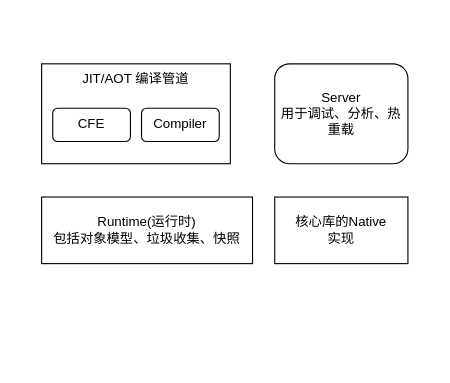
This is dartVM内部构成.drawio from dlwanghw/diagram, a draw.io file, before an edit. Source tidied: cells renumbered, new cells numbered last; positions are measured from the earlier drawing's top-left corner, leaving out a move shared by most shapes. Both pictures are drawn from the tidied source at 111%, with x=0, y=0 at pixel (41, 63).
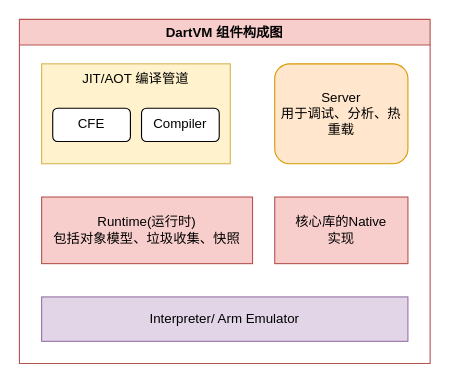
Above is the later version.

The edit, as a diff of the source:
```diff
@@
 <mxGraphModel>
   <root>
     <mxCell id="0" />
     <mxCell id="1" parent="0" />
-    <mxCell id="2" value="Runtime(运行时)&lt;br&gt;包括对象模型、垃圾收集、快照" style="rounded=0;whiteSpace=wrap;html=1;" parent="1" vertex="1">
+    <mxCell id="2" value="Runtime(运行时)&lt;br&gt;包括对象模型、垃圾收集、快照" style="rounded=0;whiteSpace=wrap;html=1;fillColor=#f8cecc;strokeColor=#b85450;" parent="1" vertex="1">
       <mxGeometry y="120" width="190" height="60" as="geometry" />
     </mxCell>
-    <mxCell id="3" value="核心库的Native&lt;br&gt;实现" style="rounded=0;whiteSpace=wrap;html=1;" parent="1" vertex="1">
+    <mxCell id="3" value="核心库的Native&lt;br&gt;实现" style="rounded=0;whiteSpace=wrap;html=1;fillColor=#f8cecc;strokeColor=#b85450;" parent="1" vertex="1">
       <mxGeometry x="210" y="120" width="120" height="60" as="geometry" />
     </mxCell>
-    <mxCell id="4" value="Server&lt;br&gt;用于调试、分析、热重载" style="rounded=1;whiteSpace=wrap;html=1;" parent="1" vertex="1">
+    <mxCell id="4" value="Server&lt;br&gt;用于调试、分析、热重载" style="rounded=1;whiteSpace=wrap;html=1;fillColor=#ffe6cc;strokeColor=#d79b00;" parent="1" vertex="1">
       <mxGeometry x="210" width="120" height="90" as="geometry" />
     </mxCell>
-    <mxCell id="5" value="JIT/AOT 编译管道&lt;br&gt;" style="rounded=0;whiteSpace=wrap;html=1;verticalAlign=top;" parent="1" vertex="1">
+    <mxCell id="5" value="JIT/AOT 编译管道&lt;br&gt;" style="rounded=0;whiteSpace=wrap;html=1;verticalAlign=top;fillColor=#fff2cc;strokeColor=#d6b656;" parent="1" vertex="1">
       <mxGeometry width="170" height="90" as="geometry" />
     </mxCell>
     <mxCell id="6" value="CFE" style="rounded=1;whiteSpace=wrap;html=1;verticalAlign=top;" parent="1" vertex="1">
       <mxGeometry x="10" y="40" width="70" height="30" as="geometry" />
     </mxCell>
     <mxCell id="7" value="Compiler" style="rounded=1;whiteSpace=wrap;html=1;verticalAlign=top;" parent="1" vertex="1">
       <mxGeometry x="90" y="40" width="70" height="30" as="geometry" />
     </mxCell>
+    <mxCell id="8" value="Interpreter/ Arm Emulator" style="rounded=0;whiteSpace=wrap;html=1;verticalAlign=middle;fillColor=#e1d5e7;strokeColor=#9673a6;" parent="1" vertex="1">
+      <mxGeometry y="210" width="330" height="40" as="geometry" />
+    </mxCell>
+    <mxCell id="9" value="DartVM 组件构成图" style="swimlane;verticalAlign=middle;fillColor=#f8cecc;strokeColor=#b85450;" parent="1" vertex="1">
+      <mxGeometry x="-20" y="-40" width="370" height="310" as="geometry" />
+    </mxCell>
   </root>
 </mxGraphModel>
```
